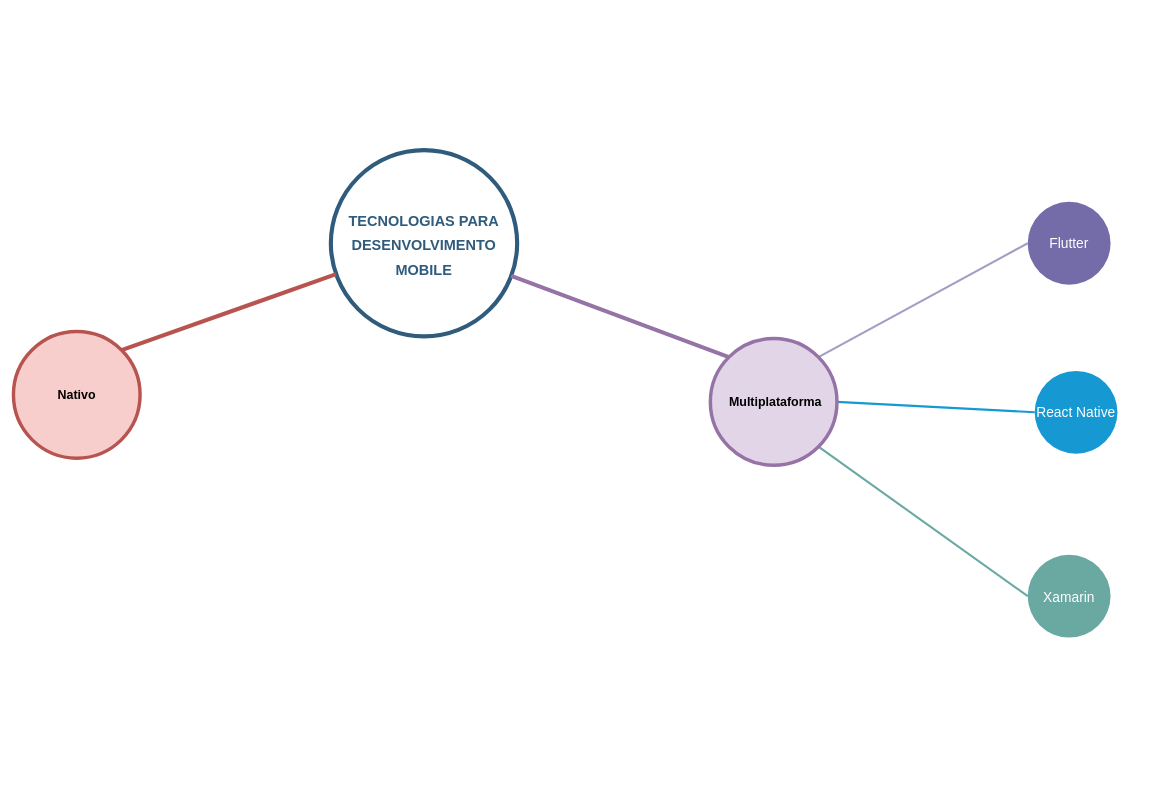
The draw.io diagram Untitled Diagram.drawio in BrunoVollin/teste, before the edit. Source tidied: cells renumbered, new cells numbered last; positions are measured from the earlier drawing's top-left corner, leaving out a move shared by most shapes. Both pictures are drawn from the tidied source at 69%, with x=0, y=0 at pixel (13, 150).
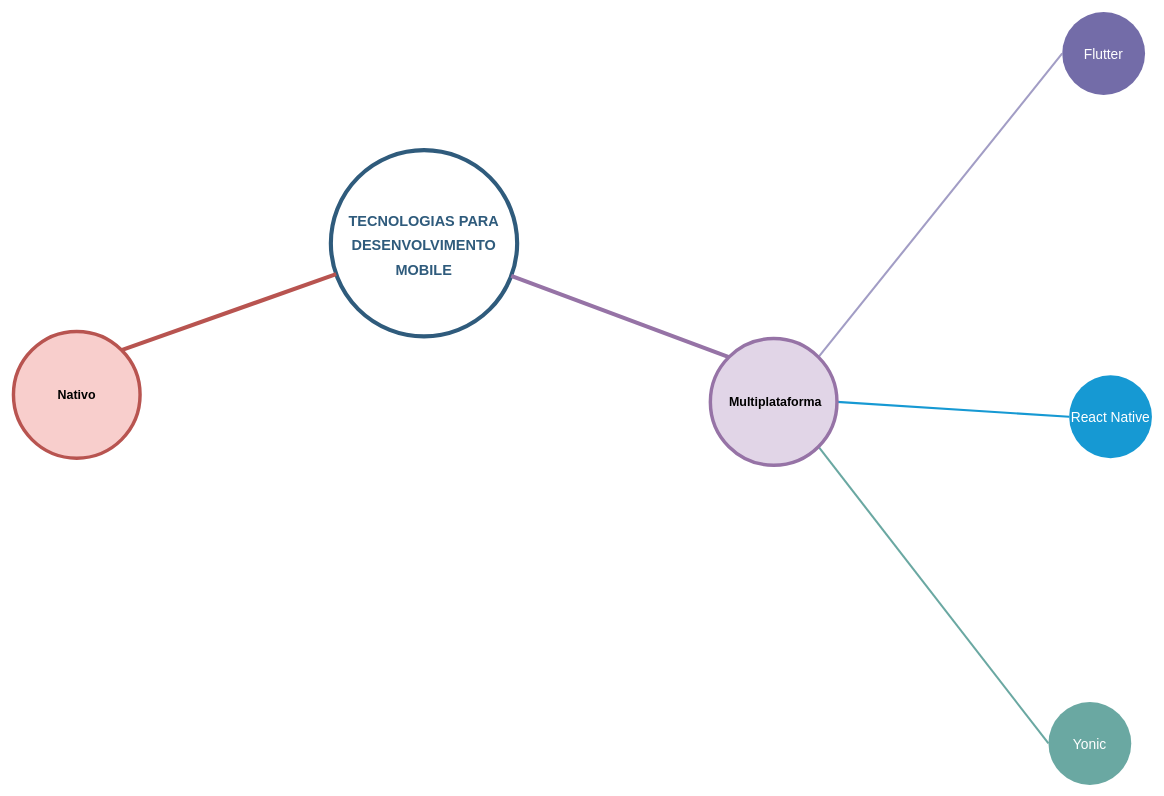
The same diagram, later.

What changed in the source:
```diff
@@
 <mxGraphModel>
   <root>
     <mxCell id="0" />
     <mxCell id="1" parent="0" />
     <mxCell id="2" value="&lt;font style=&quot;font-size: 21px&quot;&gt;TECNOLOGIAS PARA DESENVOLVIMENTO MOBILE&lt;/font&gt;" style="ellipse;whiteSpace=wrap;html=1;shadow=0;fontFamily=Helvetica;fontSize=30;fontColor=#2F5B7C;align=center;strokeColor=#2F5B7C;strokeWidth=6;fillColor=#FFFFFF;fontStyle=1;gradientColor=none;" parent="1" vertex="1">
       <mxGeometry x="460" width="270" height="270" as="geometry" />
     </mxCell>
     <mxCell id="3" style="endArrow=none;strokeWidth=6;strokeColor=#b85450;html=1;fillColor=#f8cecc;exitX=1;exitY=0;exitDx=0;exitDy=0;" parent="1" edge="1" source="12" target="2">
       <mxGeometry relative="1" as="geometry" />
     </mxCell>
     <mxCell id="4" style="endArrow=none;strokeWidth=6;strokeColor=#9673a6;html=1;exitX=0;exitY=0;exitDx=0;exitDy=0;fillColor=#e1d5e7;" parent="1" edge="1" source="11" target="2">
       <mxGeometry relative="1" as="geometry" />
     </mxCell>
     <mxCell id="5" value="Flutter" style="ellipse;whiteSpace=wrap;html=1;shadow=0;fontFamily=Helvetica;fontSize=20;fontColor=#FFFFFF;align=center;strokeWidth=3;fillColor=#736ca8;strokeColor=none;" parent="1" vertex="1">
-      <mxGeometry x="1470" y="75" width="120" height="120" as="geometry" />
+      <mxGeometry x="1520" y="-200" width="120" height="120" as="geometry" />
     </mxCell>
     <mxCell id="6" style="edgeStyle=none;endArrow=none;strokeWidth=3;strokeColor=#A29DC5;html=1;entryX=1;entryY=0;entryDx=0;entryDy=0;exitX=0;exitY=0.5;exitDx=0;exitDy=0;" parent="1" edge="1" source="5" target="11">
       <mxGeometry x="-1079" y="-278.5" as="geometry" />
     </mxCell>
     <mxCell id="7" value="React Native" style="ellipse;whiteSpace=wrap;html=1;shadow=0;fontFamily=Helvetica;fontSize=20;fontColor=#FFFFFF;align=center;strokeWidth=3;strokeColor=none;fillColor=#1699D3;" parent="1" vertex="1">
-      <mxGeometry x="1480" y="320" width="120" height="120" as="geometry" />
+      <mxGeometry x="1530" y="326.5" width="120" height="120" as="geometry" />
     </mxCell>
-    <mxCell id="8" value="Xamarin" style="ellipse;whiteSpace=wrap;html=1;shadow=0;fontFamily=Helvetica;fontSize=20;fontColor=#FFFFFF;align=center;strokeWidth=3;strokeColor=none;fillColor=#6AA8A2;" parent="1" vertex="1">
-      <mxGeometry x="1470" y="586.5" width="120" height="120" as="geometry" />
+    <mxCell id="8" value="Yonic" style="ellipse;whiteSpace=wrap;html=1;shadow=0;fontFamily=Helvetica;fontSize=20;fontColor=#FFFFFF;align=center;strokeWidth=3;strokeColor=none;fillColor=#6AA8A2;" parent="1" vertex="1">
+      <mxGeometry x="1500" y="800" width="120" height="120" as="geometry" />
     </mxCell>
     <mxCell id="9" style="edgeStyle=none;endArrow=none;strokeWidth=3;html=1;entryX=1;entryY=0.5;entryDx=0;entryDy=0;exitX=0;exitY=0.5;exitDx=0;exitDy=0;fillColor=#1ba1e2;strokeColor=#1699D3;" parent="1" edge="1" source="7" target="11">
       <mxGeometry x="-1069" y="-268.5" as="geometry" />
     </mxCell>
     <mxCell id="10" style="edgeStyle=none;endArrow=none;strokeWidth=3;html=1;entryX=1;entryY=1;entryDx=0;entryDy=0;exitX=0;exitY=0.5;exitDx=0;exitDy=0;fillColor=#1ba1e2;strokeColor=#6AA8A2;" parent="1" edge="1" source="8" target="11">
       <mxGeometry x="-1059" y="-258.5" as="geometry" />
     </mxCell>
     <mxCell id="11" value="&lt;h2&gt;&amp;nbsp;Multiplataforma&lt;/h2&gt;" style="ellipse;whiteSpace=wrap;html=1;strokeWidth=5;fillColor=#e1d5e7;strokeColor=#9673a6;" parent="1" vertex="1">
       <mxGeometry x="1010" y="273.2" width="183.5" height="183.5" as="geometry" />
     </mxCell>
     <mxCell id="12" value="&lt;h2&gt;Nativo&lt;/h2&gt;" style="ellipse;whiteSpace=wrap;html=1;strokeWidth=5;fillColor=#f8cecc;strokeColor=#b85450;" parent="1" vertex="1">
       <mxGeometry y="263" width="183.5" height="183.5" as="geometry" />
     </mxCell>
+    <mxCell id="13" style="edgeStyle=orthogonalEdgeStyle;rounded=0;orthogonalLoop=1;jettySize=auto;html=1;exitX=0.5;exitY=1;exitDx=0;exitDy=0;" parent="1" edge="1" source="7" target="7">
+      <mxGeometry relative="1" as="geometry" />
+    </mxCell>
   </root>
 </mxGraphModel>
```
